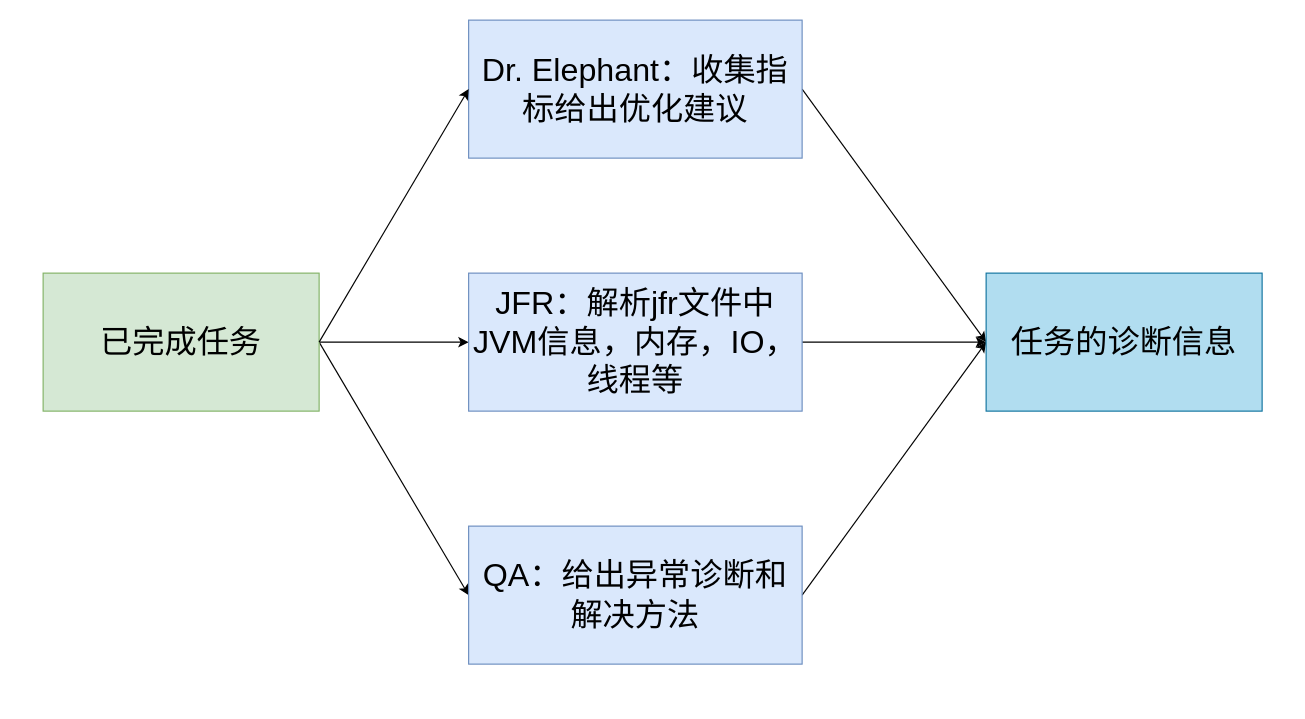
This is ozone/taskFinishedDiagram.drawio from Mengqi777/drawioproject, a draw.io file, before an edit. Source tidied: cells renumbered, new cells numbered last; positions are measured from the earlier drawing's top-left corner, leaving out a move shared by most shapes. Both pictures are drawn from the tidied source at 115%, with x=0, y=0 at pixel (43, 20).
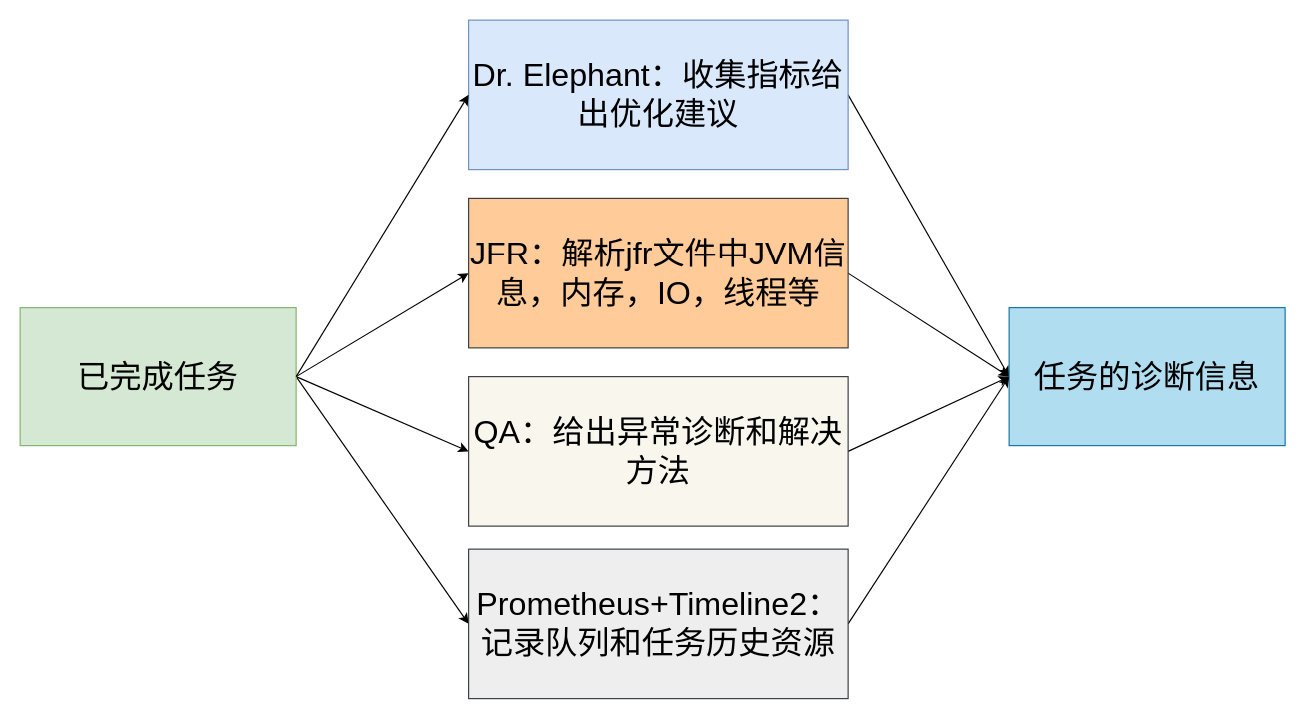
Above is the later version.

The edit, as a diff of the source:
```diff
@@
 <mxGraphModel>
   <root>
     <mxCell id="0" />
     <mxCell id="1" parent="0" />
     <mxCell id="2" style="rounded=1;jettySize=auto;html=1;exitX=1;exitY=0.5;exitDx=0;exitDy=0;entryX=0;entryY=0.5;entryDx=0;entryDy=0;fontSize=28;" parent="1" edge="1" source="4" target="8">
       <mxGeometry relative="1" as="geometry" />
     </mxCell>
     <mxCell id="3" style="edgeStyle=none;rounded=1;jettySize=auto;html=1;exitX=1;exitY=0.5;exitDx=0;exitDy=0;entryX=0;entryY=0.5;entryDx=0;entryDy=0;fontSize=28;" parent="1" edge="1" source="4" target="10">
       <mxGeometry relative="1" as="geometry" />
     </mxCell>
+    <mxCell id="13" style="rounded=0;jettySize=auto;html=1;exitX=1;exitY=0.5;exitDx=0;exitDy=0;entryX=0;entryY=0.5;entryDx=0;entryDy=0;" parent="1" edge="1" source="4" target="15">
+      <mxGeometry relative="1" as="geometry" />
+    </mxCell>
     <mxCell id="4" value="已完成任务" style="rounded=0;whiteSpace=wrap;html=1;fontSize=28;fillColor=#d5e8d4;strokeColor=#82b366;" parent="1" vertex="1">
-      <mxGeometry y="220" width="240" height="120" as="geometry" />
+      <mxGeometry x="-20" y="250" width="240" height="120" as="geometry" />
     </mxCell>
     <mxCell id="5" style="edgeStyle=none;rounded=1;jettySize=auto;html=1;exitX=1;exitY=0.5;exitDx=0;exitDy=0;entryX=0;entryY=0.5;entryDx=0;entryDy=0;fontSize=28;" parent="1" edge="1" source="6" target="12">
       <mxGeometry relative="1" as="geometry" />
     </mxCell>
     <mxCell id="6" value="Dr. Elephant：收集指标给出优化建议" style="rounded=0;whiteSpace=wrap;html=1;fontSize=28;fillColor=#dae8fc;strokeColor=#6c8ebf;align=center;" parent="1" vertex="1">
-      <mxGeometry x="370" width="290" height="120" as="geometry" />
+      <mxGeometry x="370" width="330" height="130" as="geometry" />
     </mxCell>
     <mxCell id="7" style="edgeStyle=none;rounded=1;jettySize=auto;html=1;exitX=1;exitY=0.5;exitDx=0;exitDy=0;fontSize=28;entryX=0;entryY=0.5;entryDx=0;entryDy=0;" parent="1" edge="1" source="8" target="12">
       <mxGeometry relative="1" as="geometry" />
     </mxCell>
-    <mxCell id="8" value="JFR：解析jfr文件中JVM信息，内存，IO，线程等" style="rounded=0;whiteSpace=wrap;html=1;fontSize=28;fillColor=#dae8fc;strokeColor=#6c8ebf;" parent="1" vertex="1">
-      <mxGeometry x="370" y="220" width="290" height="120" as="geometry" />
+    <mxCell id="8" value="JFR：解析jfr文件中JVM信息，内存，IO，线程等" style="rounded=0;whiteSpace=wrap;html=1;fontSize=28;fillColor=#ffcc99;strokeColor=#36393d;" parent="1" vertex="1">
+      <mxGeometry x="370" y="155" width="330" height="130" as="geometry" />
     </mxCell>
     <mxCell id="9" style="edgeStyle=none;rounded=1;jettySize=auto;html=1;exitX=1;exitY=0.5;exitDx=0;exitDy=0;entryX=0;entryY=0.5;entryDx=0;entryDy=0;fontSize=28;" parent="1" edge="1" source="10" target="12">
       <mxGeometry relative="1" as="geometry" />
     </mxCell>
-    <mxCell id="10" value="QA：给出异常诊断和解决方法" style="rounded=0;whiteSpace=wrap;html=1;fontSize=28;fillColor=#dae8fc;strokeColor=#6c8ebf;" parent="1" vertex="1">
-      <mxGeometry x="370" y="440" width="290" height="120" as="geometry" />
+    <mxCell id="10" value="QA：给出异常诊断和解决方法" style="rounded=0;whiteSpace=wrap;html=1;fontSize=28;fillColor=#f9f7ed;strokeColor=#36393d;" parent="1" vertex="1">
+      <mxGeometry x="370" y="310" width="330" height="130" as="geometry" />
     </mxCell>
     <mxCell id="11" style="endArrow=classic;html=1;entryX=0;entryY=0.5;entryDx=0;entryDy=0;exitX=1;exitY=0.5;exitDx=0;exitDy=0;fontSize=28;" parent="1" edge="1" source="4" target="6">
       <mxGeometry relative="1" as="geometry" />
     </mxCell>
     <mxCell id="12" value="任务的诊断信息" style="rounded=0;whiteSpace=wrap;html=1;fontSize=28;fillColor=#b1ddf0;strokeColor=#10739e;" parent="1" vertex="1">
-      <mxGeometry x="820" y="220" width="240" height="120" as="geometry" />
+      <mxGeometry x="840" y="250" width="240" height="120" as="geometry" />
     </mxCell>
+    <mxCell id="14" style="edgeStyle=none;rounded=0;jettySize=auto;html=1;exitX=1;exitY=0.5;exitDx=0;exitDy=0;entryX=0;entryY=0.5;entryDx=0;entryDy=0;" parent="1" edge="1" source="15" target="12">
+      <mxGeometry relative="1" as="geometry" />
+    </mxCell>
+    <mxCell id="15" value="Prometheus+Timeline2：&lt;br&gt;记录队列和任务历史资源" style="rounded=0;whiteSpace=wrap;html=1;fontSize=28;fillColor=#eeeeee;strokeColor=#36393d;" parent="1" vertex="1">
+      <mxGeometry x="370" y="460" width="330" height="130" as="geometry" />
+    </mxCell>
   </root>
 </mxGraphModel>
```
